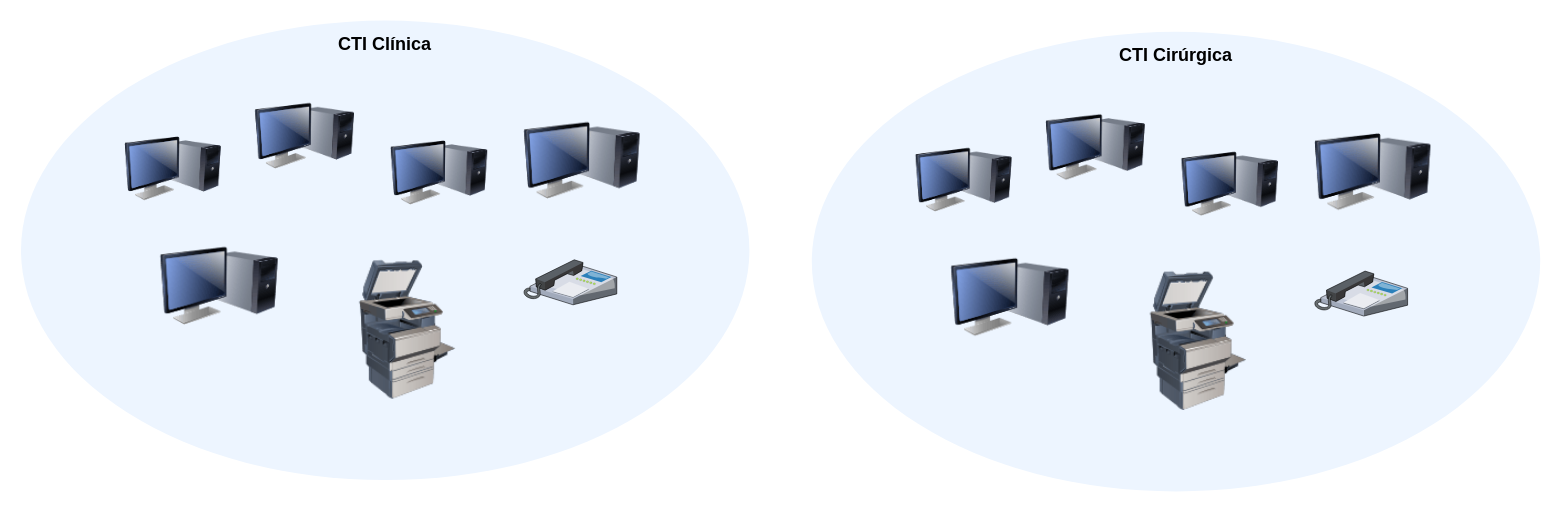
This is Untitled Diagram.drawio.xml from michaelrmartins/cti2024, a draw.io file, before an edit. Source tidied: cells renumbered, new cells numbered last; positions are measured from the earlier drawing's top-left corner, leaving out a move shared by most shapes. Both pictures are drawn from the tidied source at 120%, with x=0, y=0 at pixel (20, 20).
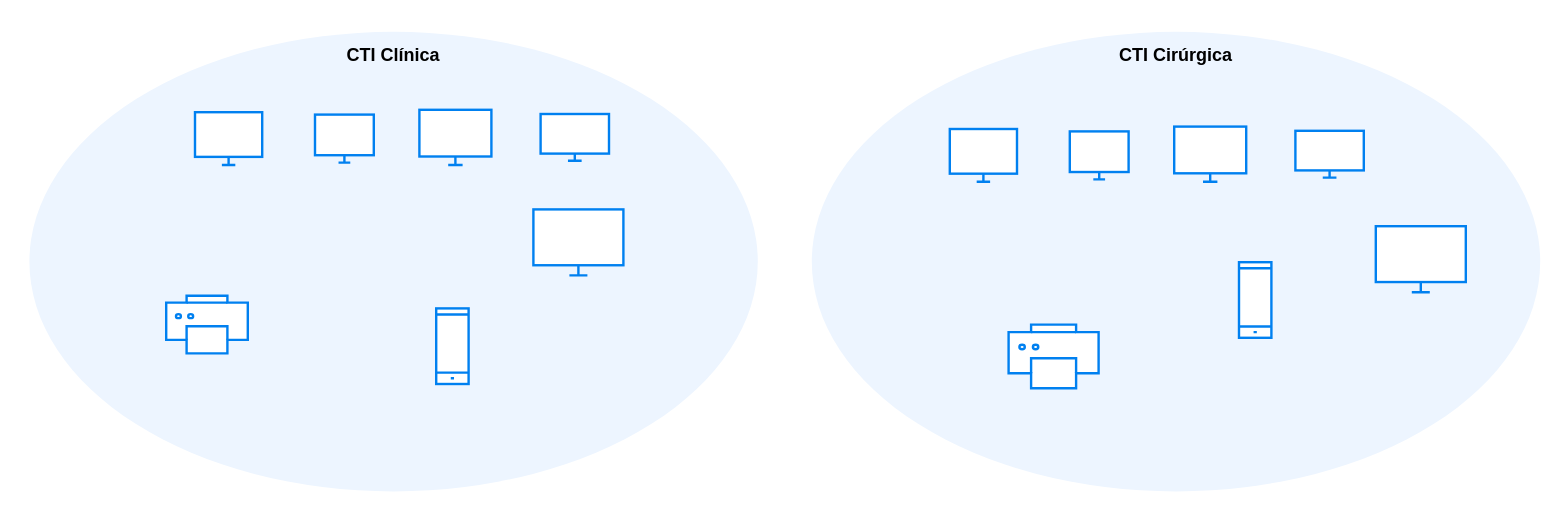
After the change.

The edit, as a diff of the source:
```diff
@@
 <mxGraphModel>
   <root>
     <mxCell id="0" />
     <mxCell id="1" parent="0" />
     <mxCell id="2" value="CTI Clínica" style="ellipse;whiteSpace=wrap;strokeWidth=2;fillColor=#EDF5FF;fontSize=15;strokeColor=none;verticalAlign=top;spacingBottom=0;spacingTop=4;fontStyle=1;fontColor=default;comic=0;gradientColor=none;html=1;" parent="1" vertex="1">
-      <mxGeometry y="-0.4" width="607" height="383" as="geometry" />
+      <mxGeometry x="7" y="9" width="607" height="383" as="geometry" />
     </mxCell>
-    <mxCell id="3" style="image;html=1;image=img/lib/clip_art/computers/Monitor_Tower_128x128.png;fontFamily=Helvetica;fontSize=12;fontColor=#0A3DA3;align=center;strokeWidth=2;fillColor=#EDF5FF;fontStyle=1;verticalAlign=bottom;strokeColor=none;labelBackgroundColor=#EDF5FF;labelBorderColor=none;labelPosition=center;verticalLabelPosition=top;comic=0;" parent="1" vertex="1">
-      <mxGeometry x="116" y="178.7" width="98.4" height="84.8" as="geometry" />
-    </mxCell>
-    <mxCell id="4" style="image;html=1;image=img/lib/clip_art/computers/Monitor_Tower_128x128.png;fontFamily=Helvetica;fontSize=12;fontColor=#0A3DA3;align=center;strokeWidth=2;fillColor=#EDF5FF;fontStyle=1;verticalAlign=bottom;strokeColor=none;labelBackgroundColor=#EDF5FF;labelBorderColor=none;labelPosition=center;verticalLabelPosition=top;comic=0;" parent="1" vertex="1">
-      <mxGeometry x="86.4" y="82" width="80.6" height="82.6" as="geometry" />
-    </mxCell>
-    <mxCell id="5" style="image;html=1;image=img/lib/clip_art/computers/Monitor_Tower_128x128.png;fontFamily=Helvetica;fontSize=12;fontColor=#0A3DA3;align=center;strokeWidth=2;fillColor=#EDF5FF;fontStyle=1;verticalAlign=bottom;strokeColor=none;labelBackgroundColor=#EDF5FF;labelBorderColor=none;labelPosition=center;verticalLabelPosition=top;comic=0;" parent="1" vertex="1">
-      <mxGeometry x="195" y="53" width="83" height="86.2" as="geometry" />
-    </mxCell>
-    <mxCell id="6" style="image;html=1;image=img/lib/clip_art/computers/Monitor_Tower_128x128.png;fontFamily=Helvetica;fontSize=12;fontColor=#0A3DA3;align=center;strokeWidth=2;fillColor=#EDF5FF;fontStyle=1;verticalAlign=bottom;strokeColor=none;labelBackgroundColor=#EDF5FF;labelBorderColor=none;labelPosition=center;verticalLabelPosition=top;comic=0;" parent="1" vertex="1">
-      <mxGeometry x="308" y="84" width="81" height="85.4" as="geometry" />
-    </mxCell>
-    <mxCell id="7" style="image;html=1;image=img/lib/clip_art/computers/Printer_Commercial_128x128.png;" parent="1" vertex="1">
-      <mxGeometry x="278" y="199" width="88.3" height="117.1" as="geometry" />
-    </mxCell>
-    <mxCell id="8" style="verticalLabelPosition=bottom;sketch=0;html=1;verticalAlign=top;strokeColor=none;align=center;shape=mxgraph.citrix.ip_phone;" parent="1" vertex="1">
-      <mxGeometry x="419" y="199" width="77.5" height="37.5" as="geometry" />
-    </mxCell>
-    <mxCell id="9" style="image;html=1;image=img/lib/clip_art/computers/Monitor_Tower_128x128.png;fontFamily=Helvetica;fontSize=12;fontColor=#0A3DA3;align=center;strokeWidth=2;fillColor=#EDF5FF;fontStyle=1;verticalAlign=bottom;strokeColor=none;labelBackgroundColor=#EDF5FF;labelBorderColor=none;labelPosition=center;verticalLabelPosition=top;comic=0;" parent="1" vertex="1">
-      <mxGeometry x="419" y="78" width="97" height="77.2" as="geometry" />
-    </mxCell>
     <mxCell id="10" value="CTI Cirúrgica" style="ellipse;whiteSpace=wrap;strokeWidth=2;fillColor=#EDF5FF;fontSize=15;strokeColor=none;verticalAlign=top;spacingBottom=0;spacingTop=4;fontStyle=1;fontColor=default;comic=0;gradientColor=none;html=1;" parent="1" vertex="1">
       <mxGeometry x="659" y="9" width="607" height="383" as="geometry" />
     </mxCell>
-    <mxCell id="11" style="image;html=1;image=img/lib/clip_art/computers/Monitor_Tower_128x128.png;fontFamily=Helvetica;fontSize=12;fontColor=#0A3DA3;align=center;strokeWidth=2;fillColor=#EDF5FF;fontStyle=1;verticalAlign=bottom;strokeColor=none;labelBackgroundColor=#EDF5FF;labelBorderColor=none;labelPosition=center;verticalLabelPosition=top;comic=0;" parent="1" vertex="1">
-      <mxGeometry x="775" y="188.1" width="98.4" height="84.8" as="geometry" />
-    </mxCell>
-    <mxCell id="12" style="image;html=1;image=img/lib/clip_art/computers/Monitor_Tower_128x128.png;fontFamily=Helvetica;fontSize=12;fontColor=#0A3DA3;align=center;strokeWidth=2;fillColor=#EDF5FF;fontStyle=1;verticalAlign=bottom;strokeColor=none;labelBackgroundColor=#EDF5FF;labelBorderColor=none;labelPosition=center;verticalLabelPosition=top;comic=0;" parent="1" vertex="1">
-      <mxGeometry x="745.4" y="91.4" width="80.6" height="82.6" as="geometry" />
-    </mxCell>
-    <mxCell id="13" style="image;html=1;image=img/lib/clip_art/computers/Monitor_Tower_128x128.png;fontFamily=Helvetica;fontSize=12;fontColor=#0A3DA3;align=center;strokeWidth=2;fillColor=#EDF5FF;fontStyle=1;verticalAlign=bottom;strokeColor=none;labelBackgroundColor=#EDF5FF;labelBorderColor=none;labelPosition=center;verticalLabelPosition=top;comic=0;" parent="1" vertex="1">
-      <mxGeometry x="854" y="62.4" width="83" height="86.2" as="geometry" />
-    </mxCell>
-    <mxCell id="14" style="image;html=1;image=img/lib/clip_art/computers/Monitor_Tower_128x128.png;fontFamily=Helvetica;fontSize=12;fontColor=#0A3DA3;align=center;strokeWidth=2;fillColor=#EDF5FF;fontStyle=1;verticalAlign=bottom;strokeColor=none;labelBackgroundColor=#EDF5FF;labelBorderColor=none;labelPosition=center;verticalLabelPosition=top;comic=0;" parent="1" vertex="1">
-      <mxGeometry x="967" y="93.4" width="81" height="85.4" as="geometry" />
-    </mxCell>
-    <mxCell id="15" style="image;html=1;image=img/lib/clip_art/computers/Printer_Commercial_128x128.png;" parent="1" vertex="1">
-      <mxGeometry x="937" y="208.4" width="88.3" height="117.1" as="geometry" />
-    </mxCell>
-    <mxCell id="16" style="verticalLabelPosition=bottom;sketch=0;html=1;verticalAlign=top;strokeColor=none;align=center;shape=mxgraph.citrix.ip_phone;" parent="1" vertex="1">
-      <mxGeometry x="1078" y="208.4" width="77.5" height="37.5" as="geometry" />
-    </mxCell>
-    <mxCell id="17" style="image;html=1;image=img/lib/clip_art/computers/Monitor_Tower_128x128.png;fontFamily=Helvetica;fontSize=12;fontColor=#0A3DA3;align=center;strokeWidth=2;fillColor=#EDF5FF;fontStyle=1;verticalAlign=bottom;strokeColor=none;labelBackgroundColor=#EDF5FF;labelBorderColor=none;labelPosition=center;verticalLabelPosition=top;comic=0;" parent="1" vertex="1">
-      <mxGeometry x="1078" y="87.4" width="97" height="77.2" as="geometry" />
-    </mxCell>
+    <mxCell id="18" style="html=1;verticalLabelPosition=bottom;align=center;labelBackgroundColor=#ffffff;verticalAlign=top;strokeWidth=2;strokeColor=#0080F0;shadow=0;dashed=0;shape=mxgraph.ios7.icons.printer;" parent="1" vertex="1">
+      <mxGeometry x="121" y="229" width="68" height="48" as="geometry" />
+    </mxCell>
+    <mxCell id="19" style="html=1;verticalLabelPosition=bottom;align=center;labelBackgroundColor=#ffffff;verticalAlign=top;strokeWidth=2;strokeColor=#0080F0;shadow=0;dashed=0;shape=mxgraph.ios7.icons.printer;" parent="1" vertex="1">
+      <mxGeometry x="823" y="253" width="75" height="53" as="geometry" />
+    </mxCell>
+    <mxCell id="20" style="html=1;verticalLabelPosition=bottom;align=center;labelBackgroundColor=#ffffff;verticalAlign=top;strokeWidth=2;strokeColor=#0080F0;shadow=0;dashed=0;shape=mxgraph.ios7.icons.monitor;" parent="1" vertex="1">
+      <mxGeometry x="145" y="76" width="56" height="44" as="geometry" />
+    </mxCell>
+    <mxCell id="21" style="html=1;verticalLabelPosition=bottom;align=center;labelBackgroundColor=#ffffff;verticalAlign=top;strokeWidth=2;strokeColor=#0080F0;shadow=0;dashed=0;shape=mxgraph.ios7.icons.monitor;" parent="1" vertex="1">
+      <mxGeometry x="245" y="78" width="49" height="40" as="geometry" />
+    </mxCell>
+    <mxCell id="22" style="html=1;verticalLabelPosition=bottom;align=center;labelBackgroundColor=#ffffff;verticalAlign=top;strokeWidth=2;strokeColor=#0080F0;shadow=0;dashed=0;shape=mxgraph.ios7.icons.monitor;" parent="1" vertex="1">
+      <mxGeometry x="332" y="74" width="60" height="46" as="geometry" />
+    </mxCell>
+    <mxCell id="23" style="html=1;verticalLabelPosition=bottom;align=center;labelBackgroundColor=#ffffff;verticalAlign=top;strokeWidth=2;strokeColor=#0080F0;shadow=0;dashed=0;shape=mxgraph.ios7.icons.monitor;" parent="1" vertex="1">
+      <mxGeometry x="433" y="77.5" width="57" height="39" as="geometry" />
+    </mxCell>
+    <mxCell id="24" style="html=1;verticalLabelPosition=bottom;align=center;labelBackgroundColor=#ffffff;verticalAlign=top;strokeWidth=2;strokeColor=#0080F0;shadow=0;dashed=0;shape=mxgraph.ios7.icons.monitor;" parent="1" vertex="1">
+      <mxGeometry x="427" y="157" width="75" height="55" as="geometry" />
+    </mxCell>
+    <mxCell id="25" style="html=1;verticalLabelPosition=bottom;align=center;labelBackgroundColor=#ffffff;verticalAlign=top;strokeWidth=2;strokeColor=#0080F0;shadow=0;dashed=0;shape=mxgraph.ios7.icons.smartphone;" parent="1" vertex="1">
+      <mxGeometry x="346" y="239.5" width="27" height="63" as="geometry" />
+    </mxCell>
+    <mxCell id="26" style="html=1;verticalLabelPosition=bottom;align=center;labelBackgroundColor=#ffffff;verticalAlign=top;strokeWidth=2;strokeColor=#0080F0;shadow=0;dashed=0;shape=mxgraph.ios7.icons.monitor;" parent="1" vertex="1">
+      <mxGeometry x="774" y="90" width="56" height="44" as="geometry" />
+    </mxCell>
+    <mxCell id="27" style="html=1;verticalLabelPosition=bottom;align=center;labelBackgroundColor=#ffffff;verticalAlign=top;strokeWidth=2;strokeColor=#0080F0;shadow=0;dashed=0;shape=mxgraph.ios7.icons.monitor;" parent="1" vertex="1">
+      <mxGeometry x="874" y="92" width="49" height="40" as="geometry" />
+    </mxCell>
+    <mxCell id="28" style="html=1;verticalLabelPosition=bottom;align=center;labelBackgroundColor=#ffffff;verticalAlign=top;strokeWidth=2;strokeColor=#0080F0;shadow=0;dashed=0;shape=mxgraph.ios7.icons.monitor;" parent="1" vertex="1">
+      <mxGeometry x="961" y="88" width="60" height="46" as="geometry" />
+    </mxCell>
+    <mxCell id="29" style="html=1;verticalLabelPosition=bottom;align=center;labelBackgroundColor=#ffffff;verticalAlign=top;strokeWidth=2;strokeColor=#0080F0;shadow=0;dashed=0;shape=mxgraph.ios7.icons.monitor;" parent="1" vertex="1">
+      <mxGeometry x="1062" y="91.5" width="57" height="39" as="geometry" />
+    </mxCell>
+    <mxCell id="30" style="html=1;verticalLabelPosition=bottom;align=center;labelBackgroundColor=#ffffff;verticalAlign=top;strokeWidth=2;strokeColor=#0080F0;shadow=0;dashed=0;shape=mxgraph.ios7.icons.monitor;" parent="1" vertex="1">
+      <mxGeometry x="1129" y="171" width="75" height="55" as="geometry" />
+    </mxCell>
+    <mxCell id="31" style="html=1;verticalLabelPosition=bottom;align=center;labelBackgroundColor=#ffffff;verticalAlign=top;strokeWidth=2;strokeColor=#0080F0;shadow=0;dashed=0;shape=mxgraph.ios7.icons.smartphone;" parent="1" vertex="1">
+      <mxGeometry x="1015" y="201" width="27" height="63" as="geometry" />
+    </mxCell>
   </root>
 </mxGraphModel>
```
